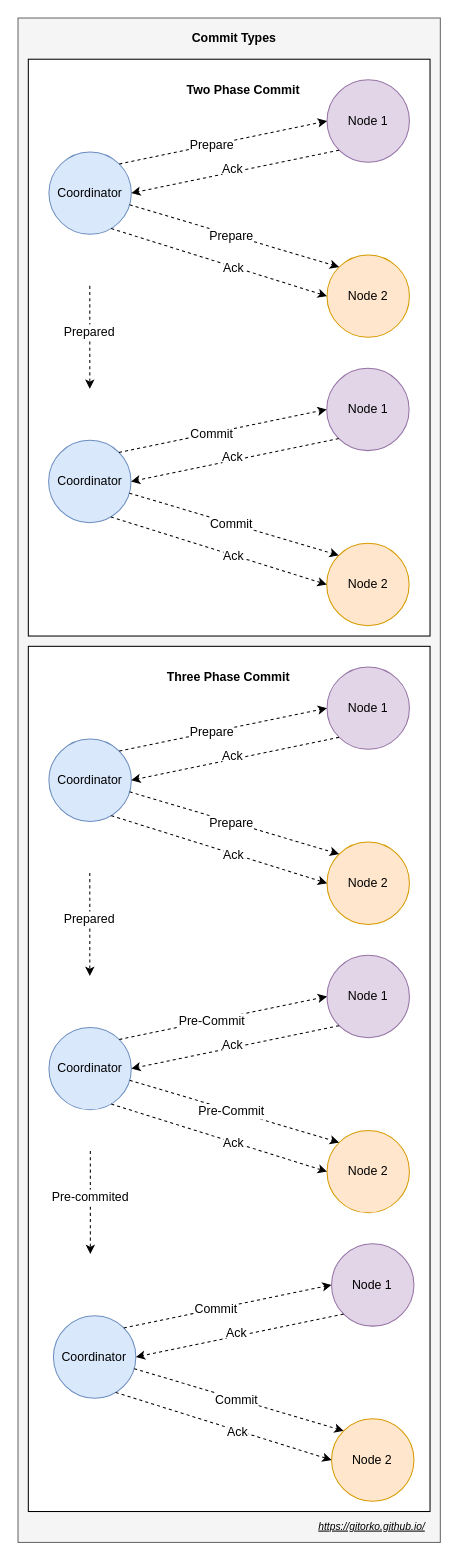
The draw.io diagram content/post/grokking-the-system-design-interview/distributed-transaction.drawio in gitorko/gitorko.github.io, before the edit. Source tidied: cells renumbered, new cells numbered last; positions are measured from the earlier drawing's top-left corner, leaving out a move shared by most shapes. Both pictures are drawn from the tidied source at 103%, with x=0, y=0 at pixel (18, 18). Pictures stored in the file or linked from it are replaced by grey dashed boxes.
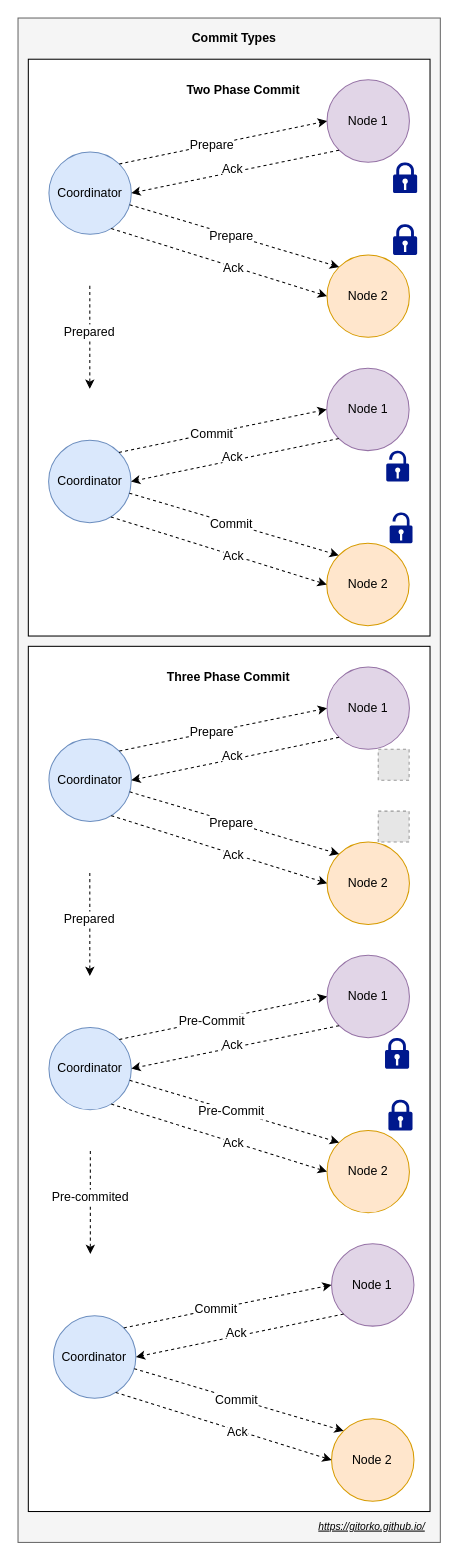
The same diagram, later.

What changed in the source:
```diff
@@
+    <mxCell id="70" style="shadow=0;dashed=0;html=1;strokeColor=none;labelPosition=center;verticalLabelPosition=bottom;verticalAlign=top;align=center;fillColor=#00188D;shape=mxgraph.mscae.enterprise.lock;" parent="1" vertex="1">
+      <mxGeometry x="364.1" y="140" width="23.4" height="30" as="geometry" />
+    </mxCell>
+    <mxCell id="71" style="shadow=0;dashed=0;html=1;strokeColor=none;labelPosition=center;verticalLabelPosition=bottom;verticalAlign=top;align=center;fillColor=#00188D;shape=mxgraph.mscae.enterprise.lock_unlocked;" parent="1" vertex="1">
+      <mxGeometry x="357.5" y="420" width="22.2" height="30" as="geometry" />
+    </mxCell>
+    <mxCell id="72" style="shadow=0;dashed=0;html=1;strokeColor=none;labelPosition=center;verticalLabelPosition=bottom;verticalAlign=top;align=center;fillColor=#00188D;shape=mxgraph.mscae.enterprise.lock_unlocked;" parent="1" vertex="1">
+      <mxGeometry x="360.8" y="480" width="22.2" height="30" as="geometry" />
+    </mxCell>
+    <mxCell id="73" style="shadow=0;dashed=0;html=1;strokeColor=none;labelPosition=center;verticalLabelPosition=bottom;verticalAlign=top;align=center;fillColor=#00188D;shape=mxgraph.mscae.enterprise.lock;" parent="1" vertex="1">
+      <mxGeometry x="364.1" y="200" width="23.4" height="30" as="geometry" />
+    </mxCell>
+    <mxCell id="74" style="shadow=0;dashed=0;html=1;strokeColor=none;labelPosition=center;verticalLabelPosition=bottom;verticalAlign=top;align=center;fillColor=#00188D;shape=mxgraph.mscae.enterprise.lock;" parent="1" vertex="1">
+      <mxGeometry x="356.3" y="990" width="23.4" height="30" as="geometry" />
+    </mxCell>
+    <mxCell id="75" style="shadow=0;dashed=0;html=1;strokeColor=none;labelPosition=center;verticalLabelPosition=bottom;verticalAlign=top;align=center;fillColor=#00188D;shape=mxgraph.mscae.enterprise.lock;" parent="1" vertex="1">
+      <mxGeometry x="359.6" y="1050" width="23.4" height="30" as="geometry" />
+    </mxCell>
+    <mxCell id="76" style="fillColor=#E6E6E6;strokeColor=#999999;dashed=1;" parent="1" vertex="1">
+      <mxGeometry x="349.7" y="710" width="30" height="30" as="geometry" />
+    </mxCell>
+    <mxCell id="77" style="fillColor=#E6E6E6;strokeColor=#999999;dashed=1;" parent="1" vertex="1">
+      <mxGeometry x="349.7" y="770" width="30" height="30" as="geometry" />
+    </mxCell>
```
